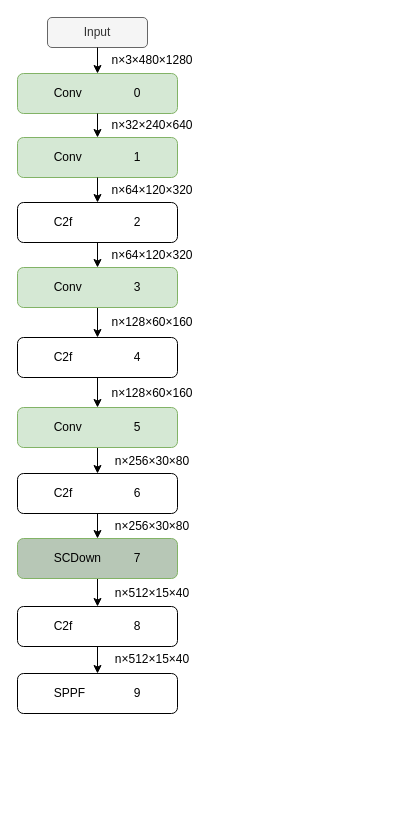
Earlier version of the draw.io diagram 未命名绘图.drawio (limpid-11/drawio). Source tidied: cells renumbered, new cells numbered last; positions are measured from the earlier drawing's top-left corner, leaving out a move shared by most shapes. Both pictures are drawn from the tidied source at 100%, with x=0, y=0 at pixel (17, 17).
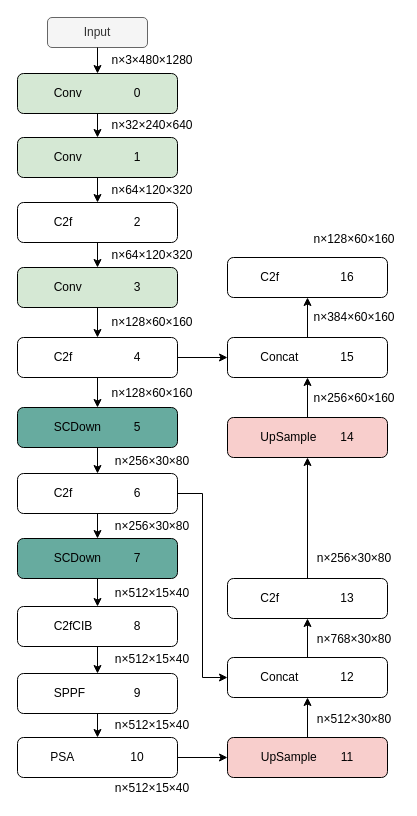
The same diagram, later.

The change refers to these unchanged cells:
```xml
<mxCell id="17" value="C2f&lt;span style=&quot;white-space: pre;&quot;&gt;&#9;&lt;/span&gt;&lt;span style=&quot;white-space: pre;&quot;&gt;&#9;&lt;/span&gt;&lt;span style=&quot;white-space: pre;&quot;&gt;&#9;&lt;/span&gt;4" style="rounded=1;whiteSpace=wrap;html=1;fontFamily=Helvetica;" parent="1" vertex="1">
  <mxGeometry y="320" width="160" height="40" as="geometry" />
</mxCell>
<mxCell id="21" value="C2f&lt;span style=&quot;white-space: pre;&quot;&gt;&#9;&lt;/span&gt;&lt;span style=&quot;white-space: pre;&quot;&gt;&#9;&lt;/span&gt;&lt;span style=&quot;white-space: pre;&quot;&gt;&#9;&lt;/span&gt;6" style="rounded=1;whiteSpace=wrap;html=1;fontFamily=Helvetica;" parent="1" vertex="1">
  <mxGeometry y="456" width="160" height="40" as="geometry" />
</mxCell>
<mxCell id="29" value="SPPF&lt;span style=&quot;white-space: pre;&quot;&gt;&#9;&lt;/span&gt;&lt;span style=&quot;white-space: pre;&quot;&gt;&#9;&lt;/span&gt;9" style="rounded=1;whiteSpace=wrap;html=1;fontFamily=Helvetica;" parent="1" vertex="1">
  <mxGeometry y="656" width="160" height="40" as="geometry" />
</mxCell>
```

What changed in the source:
```diff
@@
-    <mxCell id="2" value="Conv&lt;span style=&quot;white-space: pre;&quot;&gt;&#9;&lt;/span&gt;&lt;span style=&quot;white-space: pre;&quot;&gt;&#9;&lt;/span&gt;0" style="rounded=1;whiteSpace=wrap;html=1;fillColor=#d5e8d4;strokeColor=#82b366;fontFamily=Helvetica;" parent="1" vertex="1">
+    <mxCell id="2" value="Conv&lt;span style=&quot;white-space: pre;&quot;&gt;&#9;&lt;/span&gt;&lt;span style=&quot;white-space: pre;&quot;&gt;&#9;&lt;/span&gt;0" style="rounded=1;whiteSpace=wrap;html=1;fillColor=#d5e8d4;strokeColor=#000000;fontFamily=Helvetica;" parent="1" vertex="1">
       <mxGeometry y="56" width="160" height="40" as="geometry" />
     </mxCell>
-    <mxCell id="3" value="Conv&lt;span style=&quot;white-space: pre;&quot;&gt;&#9;&lt;/span&gt;&lt;span style=&quot;white-space: pre;&quot;&gt;&#9;&lt;/span&gt;1" style="rounded=1;whiteSpace=wrap;html=1;fillColor=#d5e8d4;strokeColor=#82b366;fontFamily=Helvetica;" parent="1" vertex="1">
+    <mxCell id="3" value="Conv&lt;span style=&quot;white-space: pre;&quot;&gt;&#9;&lt;/span&gt;&lt;span style=&quot;white-space: pre;&quot;&gt;&#9;&lt;/span&gt;1" style="rounded=1;whiteSpace=wrap;html=1;fillColor=#d5e8d4;strokeColor=#000000;fontFamily=Helvetica;" parent="1" vertex="1">
       <mxGeometry y="120" width="160" height="40" as="geometry" />
     </mxCell>
@@
-    <mxCell id="13" value="Conv&lt;span style=&quot;white-space: pre;&quot;&gt;&#9;&lt;/span&gt;&lt;span style=&quot;white-space: pre;&quot;&gt;&#9;&lt;/span&gt;3" style="rounded=1;whiteSpace=wrap;html=1;fillColor=#d5e8d4;strokeColor=#82b366;fontFamily=Helvetica;" parent="1" vertex="1">
+    <mxCell id="13" value="Conv&lt;span style=&quot;white-space: pre;&quot;&gt;&#9;&lt;/span&gt;&lt;span style=&quot;white-space: pre;&quot;&gt;&#9;&lt;/span&gt;3" style="rounded=1;whiteSpace=wrap;html=1;fillColor=#d5e8d4;strokeColor=#000000;fontFamily=Helvetica;" parent="1" vertex="1">
       <mxGeometry y="250" width="160" height="40" as="geometry" />
     </mxCell>
@@
+    <mxCell id="33" style="edgeStyle=orthogonalEdgeStyle;rounded=0;jettySize=auto;html=1;exitX=1;exitY=0.5;exitDx=0;exitDy=0;entryX=0;entryY=0.5;entryDx=0;entryDy=0;" parent="1" edge="1" source="17" target="50">
+      <mxGeometry relative="1" as="geometry" />
+    </mxCell>
@@
-    <mxCell id="19" value="Conv&lt;span style=&quot;white-space: pre;&quot;&gt;&#9;&lt;/span&gt;&lt;span style=&quot;white-space: pre;&quot;&gt;&#9;&lt;/span&gt;5" style="rounded=1;whiteSpace=wrap;html=1;fillColor=#d5e8d4;strokeColor=#82b366;fontFamily=Helvetica;" parent="1" vertex="1">
+    <mxCell id="19" value="SCDown&lt;span style=&quot;white-space: pre;&quot;&gt;&#9;&lt;/span&gt;&lt;span style=&quot;white-space: pre;&quot;&gt;&#9;&lt;/span&gt;5" style="rounded=1;whiteSpace=wrap;html=1;fillColor=#67AB9F;strokeColor=#000000;fontFamily=Helvetica;" parent="1" vertex="1">
       <mxGeometry y="390" width="160" height="40" as="geometry" />
     </mxCell>
@@
+    <mxCell id="34" style="edgeStyle=orthogonalEdgeStyle;rounded=0;jettySize=auto;html=1;exitX=1;exitY=0.5;exitDx=0;exitDy=0;entryX=0;entryY=0.5;entryDx=0;entryDy=0;" parent="1" edge="1" source="21" target="45">
+      <mxGeometry relative="1" as="geometry" />
+    </mxCell>
@@
-    <mxCell id="26" value="SCDown&lt;span style=&quot;white-space: pre;&quot;&gt;&#9;&lt;/span&gt;&lt;span style=&quot;white-space: pre;&quot;&gt;&#9;&lt;/span&gt;7" style="rounded=1;whiteSpace=wrap;html=1;fontFamily=Helvetica;fillColor=#B7C7B6;strokeColor=#82b366;" parent="1" vertex="1">
+    <mxCell id="26" value="SCDown&lt;span style=&quot;white-space: pre;&quot;&gt;&#9;&lt;/span&gt;&lt;span style=&quot;white-space: pre;&quot;&gt;&#9;&lt;/span&gt;7" style="rounded=1;whiteSpace=wrap;html=1;fontFamily=Helvetica;fillColor=#67AB9F;strokeColor=#000000;" parent="1" vertex="1">
       <mxGeometry y="521" width="160" height="40" as="geometry" />
     </mxCell>
@@
-    <mxCell id="28" value="C2f&lt;span style=&quot;white-space: pre;&quot;&gt;&#9;&lt;/span&gt;&lt;span style=&quot;white-space: pre;&quot;&gt;&#9;&lt;/span&gt;&lt;span style=&quot;white-space: pre;&quot;&gt;&#9;&lt;/span&gt;8" style="rounded=1;whiteSpace=wrap;html=1;fontFamily=Helvetica;" parent="1" vertex="1">
+    <mxCell id="28" value="C2fCIB&lt;span style=&quot;white-space: pre;&quot;&gt;&#9;&lt;/span&gt;&lt;span style=&quot;white-space: pre;&quot;&gt;&#9;&lt;/span&gt;8" style="rounded=1;whiteSpace=wrap;html=1;fontFamily=Helvetica;" parent="1" vertex="1">
       <mxGeometry y="589" width="160" height="40" as="geometry" />
     </mxCell>
+    <mxCell id="35" style="edgeStyle=orthogonalEdgeStyle;rounded=0;jettySize=auto;html=1;" parent="1" edge="1" source="29" target="37">
+      <mxGeometry relative="1" as="geometry" />
+    </mxCell>
@@
+    <mxCell id="36" style="edgeStyle=orthogonalEdgeStyle;rounded=0;jettySize=auto;html=1;exitX=1;exitY=0.5;exitDx=0;exitDy=0;entryX=0;entryY=0.5;entryDx=0;entryDy=0;" parent="1" edge="1" source="37" target="41">
+      <mxGeometry relative="1" as="geometry" />
+    </mxCell>
+    <mxCell id="37" value="PSA&lt;span style=&quot;white-space: pre;&quot;&gt;&#9;&lt;/span&gt;&lt;span style=&quot;white-space: pre;&quot;&gt;&#9;&lt;/span&gt;&lt;span style=&quot;white-space: pre;&quot;&gt;&#9;&lt;/span&gt;10" style="rounded=1;whiteSpace=wrap;html=1;fontFamily=Helvetica;" parent="1" vertex="1">
+      <mxGeometry y="720" width="160" height="40" as="geometry" />
+    </mxCell>
+    <mxCell id="38" value="n×512×15×40" style="text;html=1;align=center;verticalAlign=middle;whiteSpace=wrap;rounded=0;fontFamily=Helvetica;" parent="1" vertex="1">
+      <mxGeometry x="90" y="698" width="90" height="20" as="geometry" />
+    </mxCell>
+    <mxCell id="39" value="n×512×15×40" style="text;html=1;align=center;verticalAlign=middle;whiteSpace=wrap;rounded=0;fontFamily=Helvetica;" parent="1" vertex="1">
+      <mxGeometry x="90" y="761" width="90" height="20" as="geometry" />
+    </mxCell>
+    <mxCell id="40" style="edgeStyle=orthogonalEdgeStyle;rounded=0;jettySize=auto;html=1;exitX=0.5;exitY=0;exitDx=0;exitDy=0;entryX=0.5;entryY=1;entryDx=0;entryDy=0;" parent="1" edge="1" source="41" target="45">
+      <mxGeometry relative="1" as="geometry" />
+    </mxCell>
+    <mxCell id="41" value="UpSample&lt;span style=&quot;white-space: pre;&quot;&gt;&#9;&lt;/span&gt;11" style="rounded=1;whiteSpace=wrap;html=1;fontFamily=Helvetica;fillColor=#f8cecc;strokeColor=#000000;" parent="1" vertex="1">
+      <mxGeometry x="210" y="720" width="160" height="40" as="geometry" />
+    </mxCell>
+    <mxCell id="42" style="edgeStyle=orthogonalEdgeStyle;rounded=0;jettySize=auto;html=1;exitX=0.5;exitY=0;exitDx=0;exitDy=0;entryX=0.5;entryY=1;entryDx=0;entryDy=0;" parent="1" edge="1" source="43" target="47">
+      <mxGeometry relative="1" as="geometry" />
+    </mxCell>
+    <mxCell id="43" value="&lt;span style=&quot;white-space: pre;&quot;&gt;&lt;span style=&quot;white-space: pre;&quot;&gt;C&lt;/span&gt;2f&lt;span style=&quot;white-space: pre;&quot;&gt;&#9;&lt;/span&gt;&lt;span style=&quot;white-space: pre;&quot;&gt;&#9;&lt;/span&gt;&#9;&lt;/span&gt;13" style="rounded=1;whiteSpace=wrap;html=1;fontFamily=Helvetica;" parent="1" vertex="1">
+      <mxGeometry x="210" y="561" width="160" height="40" as="geometry" />
+    </mxCell>
+    <mxCell id="44" style="edgeStyle=orthogonalEdgeStyle;rounded=0;jettySize=auto;html=1;exitX=0.5;exitY=0;exitDx=0;exitDy=0;entryX=0.5;entryY=1;entryDx=0;entryDy=0;" parent="1" edge="1" source="45" target="43">
+      <mxGeometry relative="1" as="geometry" />
+    </mxCell>
+    <mxCell id="45" value="Concat&lt;span style=&quot;white-space: pre;&quot;&gt;&#9;&lt;/span&gt;&lt;span style=&quot;white-space: pre;&quot;&gt;&#9;&lt;/span&gt;12" style="rounded=1;whiteSpace=wrap;html=1;fontFamily=Helvetica;" parent="1" vertex="1">
+      <mxGeometry x="210" y="640" width="160" height="40" as="geometry" />
+    </mxCell>
+    <mxCell id="46" style="edgeStyle=orthogonalEdgeStyle;rounded=0;jettySize=auto;html=1;exitX=0.5;exitY=0;exitDx=0;exitDy=0;entryX=0.5;entryY=1;entryDx=0;entryDy=0;" parent="1" edge="1" source="47" target="50">
+      <mxGeometry relative="1" as="geometry" />
+    </mxCell>
+    <mxCell id="47" value="UpSample&lt;span style=&quot;white-space: pre;&quot;&gt;&#9;&lt;/span&gt;14" style="rounded=1;whiteSpace=wrap;html=1;fontFamily=Helvetica;fillColor=#f8cecc;strokeColor=#000000;" parent="1" vertex="1">
+      <mxGeometry x="210" y="400" width="160" height="40" as="geometry" />
+    </mxCell>
+    <mxCell id="48" value="&lt;span style=&quot;white-space: pre;&quot;&gt;&lt;span style=&quot;white-space: pre;&quot;&gt;C&lt;/span&gt;2f&lt;span style=&quot;white-space: pre;&quot;&gt;&#9;&lt;/span&gt;&lt;span style=&quot;white-space: pre;&quot;&gt;&#9;&lt;/span&gt;&#9;&lt;/span&gt;16" style="rounded=1;whiteSpace=wrap;html=1;fontFamily=Helvetica;" parent="1" vertex="1">
+      <mxGeometry x="210" y="240" width="160" height="40" as="geometry" />
+    </mxCell>
+    <mxCell id="49" style="edgeStyle=orthogonalEdgeStyle;rounded=0;jettySize=auto;html=1;exitX=0.5;exitY=0;exitDx=0;exitDy=0;entryX=0.5;entryY=1;entryDx=0;entryDy=0;" parent="1" edge="1" source="50" target="48">
+      <mxGeometry relative="1" as="geometry" />
+    </mxCell>
+    <mxCell id="50" value="Concat&lt;span style=&quot;white-space: pre;&quot;&gt;&#9;&lt;/span&gt;&lt;span style=&quot;white-space: pre;&quot;&gt;&#9;&lt;/span&gt;15" style="rounded=1;whiteSpace=wrap;html=1;fontFamily=Helvetica;" parent="1" vertex="1">
+      <mxGeometry x="210" y="320" width="160" height="40" as="geometry" />
+    </mxCell>
+    <mxCell id="51" value="n×512×30×80" style="text;html=1;align=center;verticalAlign=middle;whiteSpace=wrap;rounded=0;fontFamily=Helvetica;" parent="1" vertex="1">
+      <mxGeometry x="292" y="692" width="90" height="20" as="geometry" />
+    </mxCell>
+    <mxCell id="52" value="n×768×30×80" style="text;html=1;align=center;verticalAlign=middle;whiteSpace=wrap;rounded=0;fontFamily=Helvetica;" parent="1" vertex="1">
+      <mxGeometry x="292" y="612" width="90" height="20" as="geometry" />
+    </mxCell>
+    <mxCell id="53" value="n×256×30×80" style="text;html=1;align=center;verticalAlign=middle;whiteSpace=wrap;rounded=0;fontFamily=Helvetica;" parent="1" vertex="1">
+      <mxGeometry x="292" y="531" width="90" height="20" as="geometry" />
+    </mxCell>
+    <mxCell id="54" value="n×256×60×160" style="text;html=1;align=center;verticalAlign=middle;whiteSpace=wrap;rounded=0;fontFamily=Helvetica;" parent="1" vertex="1">
+      <mxGeometry x="292" y="371" width="90" height="20" as="geometry" />
+    </mxCell>
+    <mxCell id="55" value="n×384×60×160" style="text;html=1;align=center;verticalAlign=middle;whiteSpace=wrap;rounded=0;fontFamily=Helvetica;" parent="1" vertex="1">
+      <mxGeometry x="292" y="290" width="90" height="20" as="geometry" />
+    </mxCell>
+    <mxCell id="56" value="n×128×60×160" style="text;html=1;align=center;verticalAlign=middle;whiteSpace=wrap;rounded=0;fontFamily=Helvetica;" parent="1" vertex="1">
+      <mxGeometry x="292" y="212" width="90" height="20" as="geometry" />
+    </mxCell>
```
